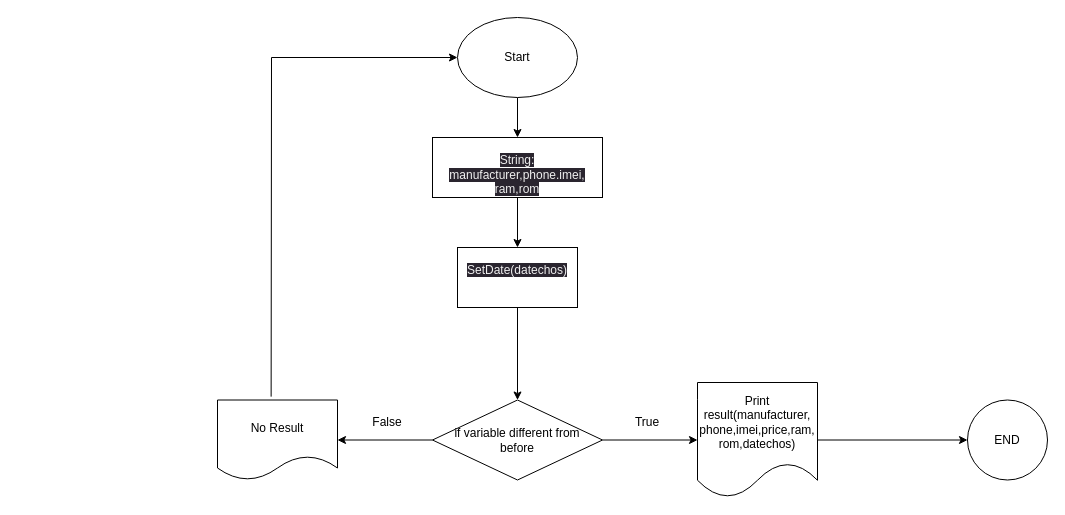
This is new update.drawio from khanh8603/khanh8603, a draw.io file, before an edit. Source tidied: cells renumbered, new cells numbered last; positions are measured from the earlier drawing's top-left corner, leaving out a move shared by most shapes. Both pictures are drawn from the tidied source at 100%, with x=0, y=0 at pixel (217, 17).
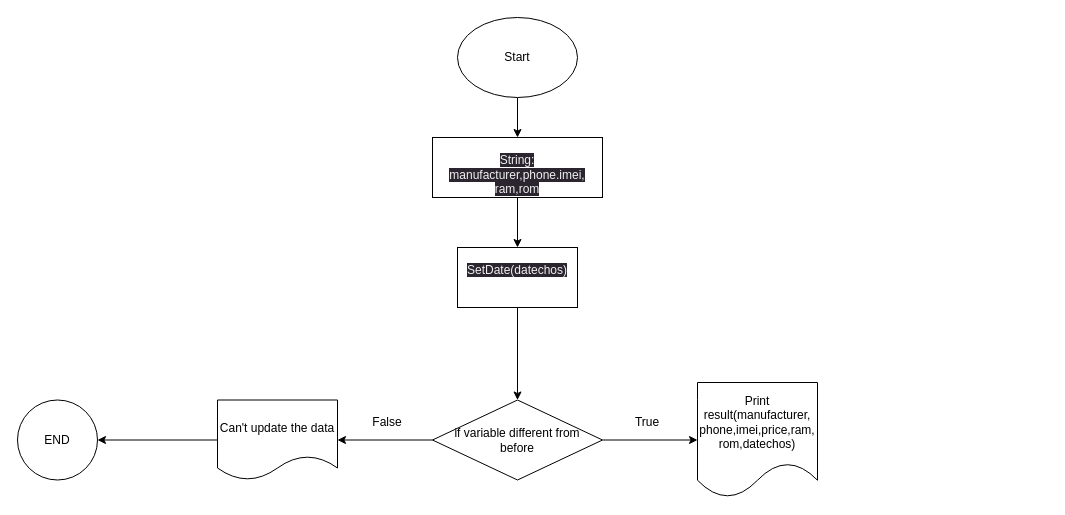
After the change.

Commit message:
Cập nhật new update.drawio

Change to the diagram source:
```diff
@@
 <mxGraphModel>
   <root>
     <mxCell id="0" />
     <mxCell id="1" parent="0" />
     <mxCell id="2" style="edgeStyle=orthogonalEdgeStyle;rounded=0;jettySize=auto;html=1;entryX=0.5;entryY=0;entryDx=0;entryDy=0;" parent="1" edge="1" source="3" target="16">
       <mxGeometry relative="1" as="geometry" />
     </mxCell>
     <mxCell id="3" value="Start" style="ellipse;whiteSpace=wrap;html=1;" parent="1" vertex="1">
       <mxGeometry x="240" width="120" height="80" as="geometry" />
     </mxCell>
     <mxCell id="4" style="edgeStyle=orthogonalEdgeStyle;rounded=0;jettySize=auto;html=1;exitX=0.5;exitY=1;exitDx=0;exitDy=0;entryX=0.5;entryY=0;entryDx=0;entryDy=0;" parent="1" edge="1" source="16" target="17">
       <mxGeometry relative="1" as="geometry" />
     </mxCell>
     <mxCell id="5" style="edgeStyle=orthogonalEdgeStyle;rounded=0;jettySize=auto;html=1;exitX=0.5;exitY=1;exitDx=0;exitDy=0;" parent="1" edge="1" source="17" target="6">
       <mxGeometry relative="1" as="geometry" />
     </mxCell>
     <mxCell id="6" value="if variable different from&lt;br&gt;before" style="rhombus;whiteSpace=wrap;html=1;" parent="1" vertex="1">
       <mxGeometry x="215" y="382.5" width="170" height="80" as="geometry" />
     </mxCell>
     <mxCell id="7" style="endArrow=classic;html=1;rounded=0;exitX=1;exitY=0.5;exitDx=0;exitDy=0;entryX=0;entryY=0.5;entryDx=0;entryDy=0;" parent="1" edge="1" source="6" target="8">
       <mxGeometry relative="1" as="geometry" />
     </mxCell>
     <mxCell id="8" value="Print result(manufacturer,&lt;br&gt;phone,imei,price,ram,&lt;br&gt;rom,datechos)" style="shape=document;whiteSpace=wrap;html=1;boundedLbl=1;" parent="1" vertex="1">
       <mxGeometry x="480" y="365" width="120" height="115" as="geometry" />
     </mxCell>
     <mxCell id="9" value="END" style="ellipse;whiteSpace=wrap;html=1;" parent="1" vertex="1">
-      <mxGeometry x="750" y="382.5" width="80" height="80" as="geometry" />
+      <mxGeometry x="-200" y="382.5" width="80" height="80" as="geometry" />
     </mxCell>
-    <mxCell id="10" style="endArrow=classic;html=1;rounded=0;exitX=1;exitY=0.5;exitDx=0;exitDy=0;entryX=0;entryY=0.5;entryDx=0;entryDy=0;" parent="1" edge="1" source="8" target="9">
+    <mxCell id="10" style="endArrow=classic;html=1;rounded=0;exitX=0;exitY=0.5;exitDx=0;exitDy=0;entryX=1;entryY=0.5;entryDx=0;entryDy=0;" parent="1" edge="1" source="12" target="9">
       <mxGeometry relative="1" as="geometry" />
     </mxCell>
     <mxCell id="11" style="endArrow=classic;html=1;rounded=0;exitX=0;exitY=0.5;exitDx=0;exitDy=0;entryX=1;entryY=0.5;entryDx=0;entryDy=0;" parent="1" edge="1" source="6" target="12">
       <mxGeometry relative="1" as="geometry" />
     </mxCell>
-    <mxCell id="12" value="No Result" style="shape=document;whiteSpace=wrap;html=1;boundedLbl=1;" parent="1" vertex="1">
+    <mxCell id="12" value="Can't update the data&lt;br&gt;" style="shape=document;whiteSpace=wrap;html=1;boundedLbl=1;" parent="1" vertex="1">
       <mxGeometry y="382.5" width="120" height="80" as="geometry" />
     </mxCell>
-    <mxCell id="13" style="endArrow=classic;html=1;rounded=0;exitX=0.447;exitY=-0.042;exitDx=0;exitDy=0;exitPerimeter=0;entryX=0;entryY=0.5;entryDx=0;entryDy=0;" parent="1" edge="1" source="12" target="3">
-      <mxGeometry relative="1" as="geometry">
-        <Array as="points">
-          <mxPoint x="54" y="40" />
-        </Array>
-      </mxGeometry>
-    </mxCell>
     <mxCell id="14" value="True" style="text;html=1;strokeColor=none;fillColor=none;align=center;verticalAlign=middle;whiteSpace=wrap;rounded=0;" parent="1" vertex="1">
       <mxGeometry x="400" y="390" width="60" height="30" as="geometry" />
     </mxCell>
     <mxCell id="15" value="False" style="text;html=1;strokeColor=none;fillColor=none;align=center;verticalAlign=middle;whiteSpace=wrap;rounded=0;" parent="1" vertex="1">
       <mxGeometry x="140" y="390" width="60" height="30" as="geometry" />
     </mxCell>
     <mxCell id="16" value="&lt;br&gt;&lt;span style=&quot;color: rgb(240, 240, 240); font-family: Helvetica; font-size: 12px; font-style: normal; font-variant-ligatures: normal; font-variant-caps: normal; font-weight: 400; letter-spacing: normal; orphans: 2; text-align: center; text-indent: 0px; text-transform: none; widows: 2; word-spacing: 0px; -webkit-text-stroke-width: 0px; background-color: rgb(42, 37, 47); text-decoration-thickness: initial; text-decoration-style: initial; text-decoration-color: initial; float: none; display: inline !important;&quot;&gt;String: manufacturer,phone.imei,&lt;/span&gt;&lt;br style=&quot;border-color: rgb(0, 0, 0); color: rgb(240, 240, 240); font-family: Helvetica; font-size: 12px; font-style: normal; font-variant-ligatures: normal; font-variant-caps: normal; font-weight: 400; letter-spacing: normal; orphans: 2; text-align: center; text-indent: 0px; text-transform: none; widows: 2; word-spacing: 0px; -webkit-text-stroke-width: 0px; background-color: rgb(42, 37, 47); text-decoration-thickness: initial; text-decoration-style: initial; text-decoration-color: initial;&quot;&gt;&lt;span style=&quot;color: rgb(240, 240, 240); font-family: Helvetica; font-size: 12px; font-style: normal; font-variant-ligatures: normal; font-variant-caps: normal; font-weight: 400; letter-spacing: normal; orphans: 2; text-align: center; text-indent: 0px; text-transform: none; widows: 2; word-spacing: 0px; -webkit-text-stroke-width: 0px; background-color: rgb(42, 37, 47); text-decoration-thickness: initial; text-decoration-style: initial; text-decoration-color: initial; float: none; display: inline !important;&quot;&gt;ram,rom&lt;/span&gt;&lt;br&gt;" style="rounded=0;whiteSpace=wrap;html=1;" parent="1" vertex="1">
       <mxGeometry x="215" y="120" width="170" height="60" as="geometry" />
     </mxCell>
     <mxCell id="17" value="&#10;&lt;span style=&quot;color: rgb(240, 240, 240); font-family: Helvetica; font-size: 12px; font-style: normal; font-variant-ligatures: normal; font-variant-caps: normal; font-weight: 400; letter-spacing: normal; orphans: 2; text-align: center; text-indent: 0px; text-transform: none; widows: 2; word-spacing: 0px; -webkit-text-stroke-width: 0px; background-color: rgb(42, 37, 47); text-decoration-thickness: initial; text-decoration-style: initial; text-decoration-color: initial; float: none; display: inline !important;&quot;&gt;SetDate(datechos)&lt;/span&gt;&#10;&#10;" style="rounded=0;whiteSpace=wrap;html=1;" parent="1" vertex="1">
       <mxGeometry x="240" y="230" width="120" height="60" as="geometry" />
     </mxCell>
   </root>
 </mxGraphModel>
```
